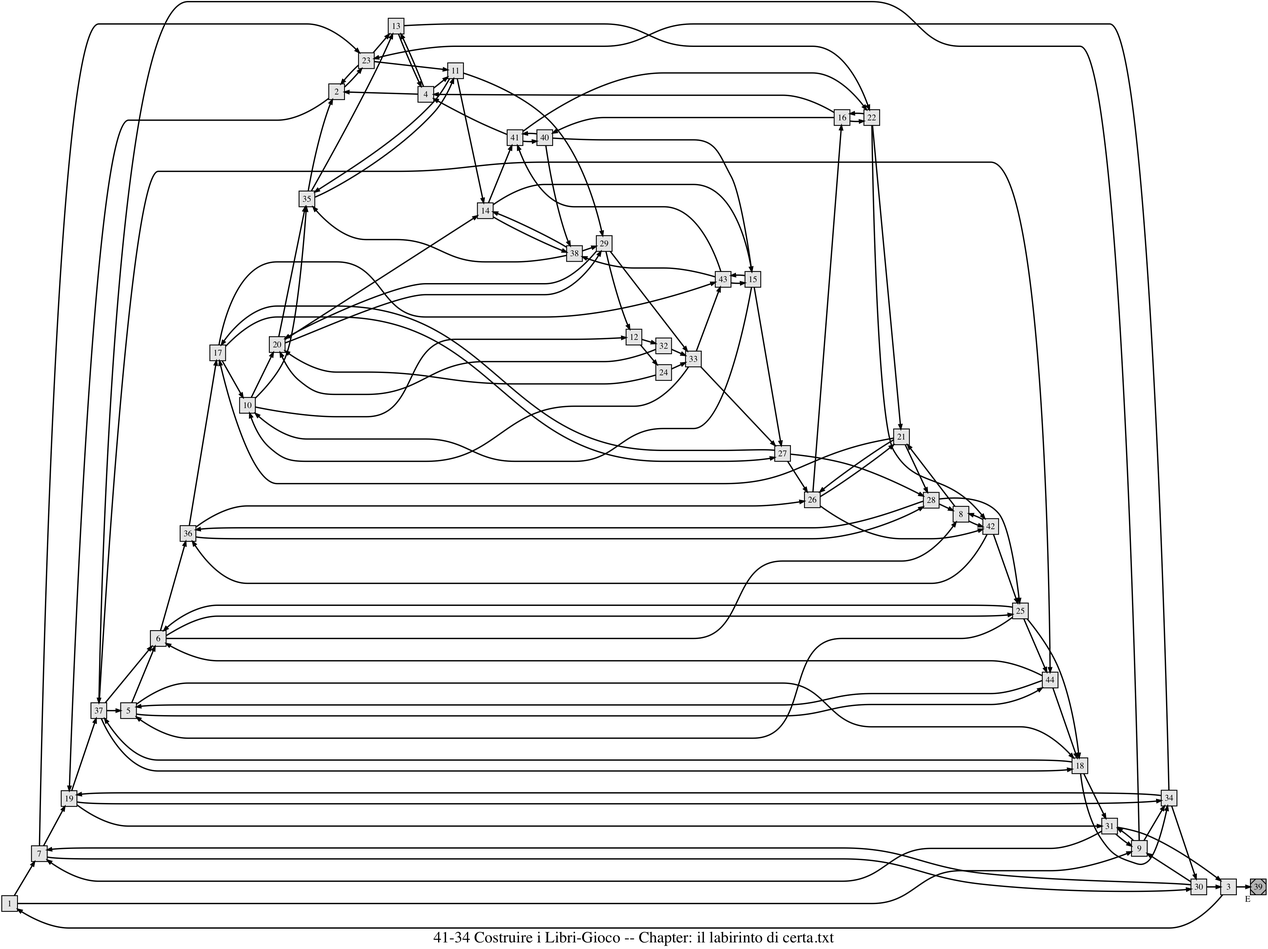
The Graphviz diagram assets/gamebooks/image/41-34 Costruire i Libri-Gioco -- Chapter - il labirinto di certa.txt.gv.png in jeremydouglass/transverse-gallery, before a commit. Its source is kept beside it as assets/gamebooks/graphviz/41-34 Costruire i Libri-Gioco -- Chapter - il labirinto di certa.txt.gv. Source of this version:
```dot
digraph g{
  graph [ label="41-34 Costruire i Libri-Gioco -- Chapter: il labirinto di certa.txt" rankdir=LR, ordering=out, fontsize=36, nodesep="0.35", ranksep="0.45"];
  node  [shape=rect, penwidth=2, fontsize=20, style=filled, fillcolor=grey90, margin="0,0", labelfloat=true, regular=true, fixedsize=true];
  edge  [labelfloat=true, penwidth=3, fontsize=12];
  1 -> 7;
  1 -> 9;
  2 -> 19;
  2 -> 23;
  3 -> 39;
  3 -> 1;
  4 -> 11;
  4 -> 2;
  4 -> 13;
  5 -> 6;
  5 -> 18;
  5 -> 44;
  6 -> 36;
  6 -> 25;
  6 -> 8;
  7 -> 23;
  7 -> 19;
  7 -> 30;
  8 -> 21;
  8 -> 42;
  9 -> 37;
  9 -> 34;
  9 -> 31;
  10 -> 20;
  10 -> 12;
  10 -> 35;
  11 -> 29;
  11 -> 14;
  11 -> 35;
  12 -> 32;
  12 -> 24;
  13 -> 22;
  13 -> 4;
  14 -> 41;
  14 -> 15;
  14 -> 38;
  15 -> 10;
  15 -> 27;
  15 -> 43;
  16 -> 40;
  16 -> 4;
  16 -> 22;
  17 -> 43;
  17 -> 27;
  17 -> 10;
  18 -> 31;
  18 -> 34;
  18 -> 37;
  19 -> 37;
  19 -> 34;
  19 -> 31;
  20 -> 35;
  20 -> 14;
  20 -> 29;
  21 -> 28;
  21 -> 17;
  21 -> 26;
  22 -> 21;
  22 -> 42;
  22 -> 16;
  23 -> 13;
  23 -> 11;
  23 -> 2;
  24 -> 33;
  24 -> 20;
  25 -> 18;
  25 -> 44;
  25 -> 5;
  25 -> 6;
  26 -> 16;
  26 -> 42;
  26 -> 21;
  27 -> 28;
  27 -> 26;
  27 -> 17;
  28 -> 25;
  28 -> 8;
  28 -> 36;
  29 -> 33;
  29 -> 12;
  29 -> 20;
  30 -> 9;
  30 -> 3;
  30 -> 7;
  31 -> 7;
  31 -> 3;
  31 -> 9;
  32 -> 33;
  32 -> 20;
  33 -> 43;
  33 -> 27;
  33 -> 10;
  34 -> 30;
  34 -> 23;
  34 -> 19;
  35 -> 2;
  35 -> 13;
  35 -> 11;
  36 -> 17;
  36 -> 26;
  36 -> 28;
  37 -> 44;
  37 -> 6;
  37 -> 5;
  37 -> 18;
  38 -> 35;
  38 -> 29;
  38 -> 14;
  39	[ xlabel="E", shape=Msquare, fontsize=20, fillcolor=grey70 ];
  40 -> 15;
  40 -> 38;
  40 -> 41;
  41 -> 22;
  41 -> 4;
  41 -> 40;
  42 -> 25;
  42 -> 36;
  42 -> 8;
  43 -> 38;
  43 -> 41;
  43 -> 15;
  44 -> 5;
  44 -> 6;
  44 -> 18;
}
```
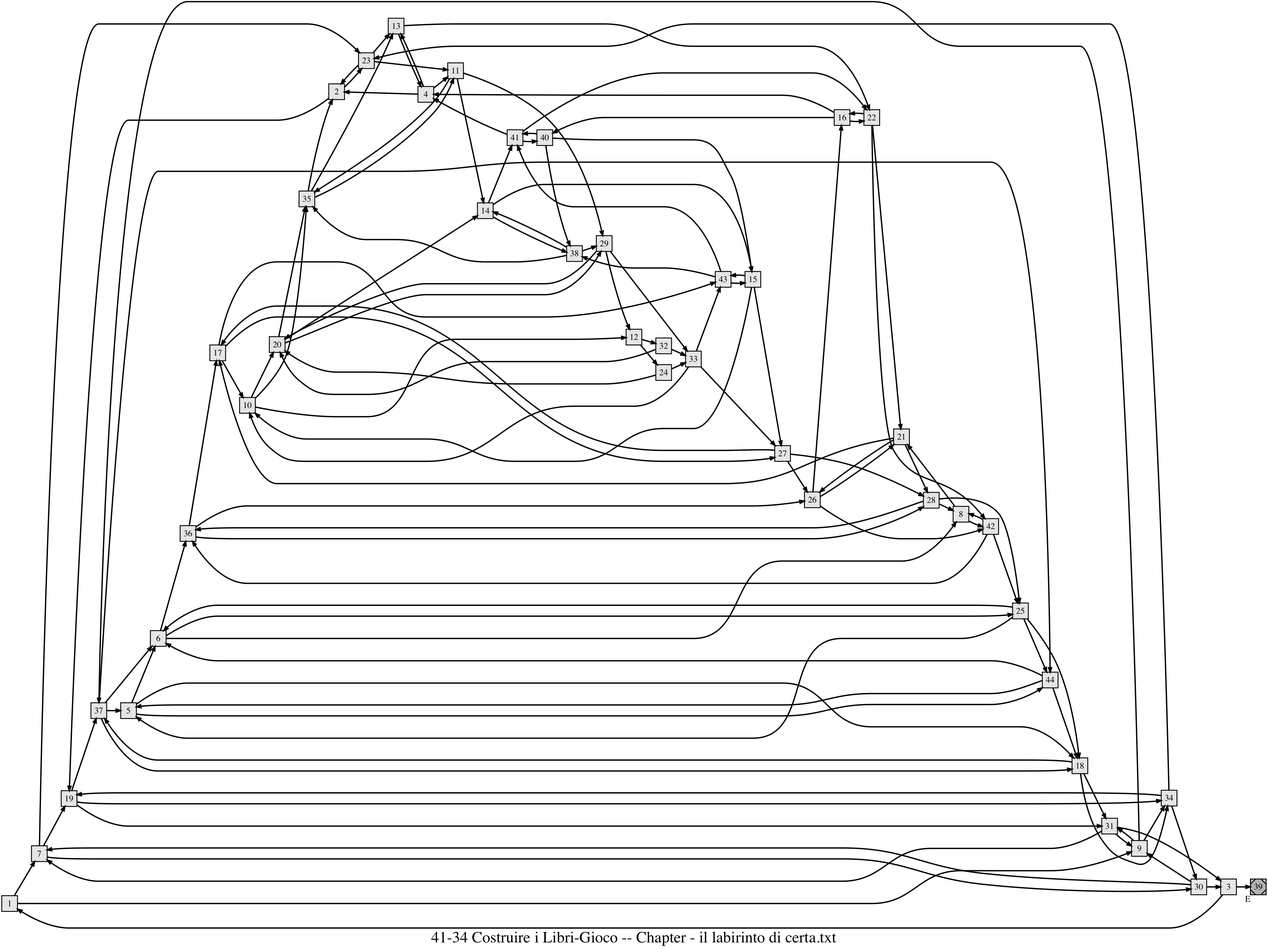
Later version of the same file.

The edit, as a diff of the source:
```diff
@@ -1,5 +1,5 @@
 digraph g{
-  graph [ label="41-34 Costruire i Libri-Gioco -- Chapter: il labirinto di certa.txt" rankdir=LR, ordering=out, fontsize=36, nodesep="0.35", ranksep="0.45"];
+  graph [ label="41-34 Costruire i Libri-Gioco -- Chapter - il labirinto di certa.txt" rankdir=LR, ordering=out, fontsize=36, nodesep="0.35", ranksep="0.45"];
   node  [shape=rect, penwidth=2, fontsize=20, style=filled, fillcolor=grey90, margin="0,0", labelfloat=true, regular=true, fixedsize=true];
   edge  [labelfloat=true, penwidth=3, fontsize=12];
   1 -> 7;
```
